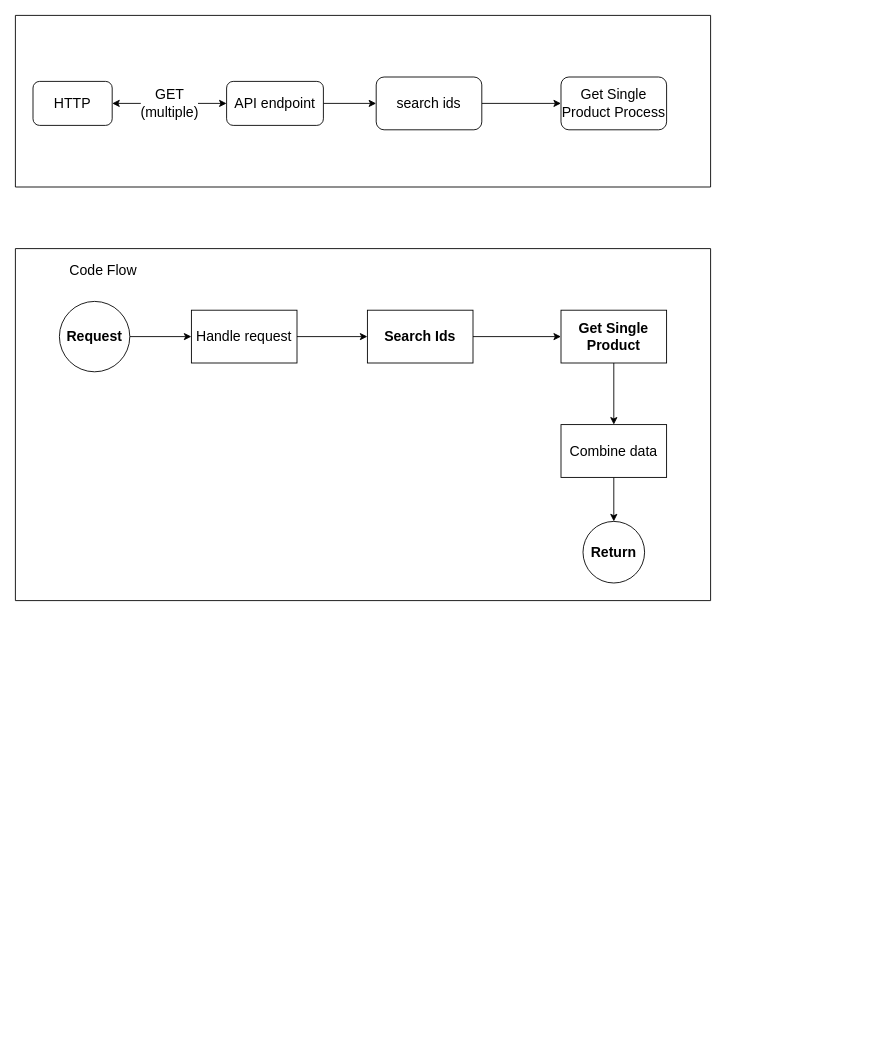
Earlier version of the draw.io diagram page "multiple product" (3 of 10) of architecture-ecommerce.drawio (shifuvn/diagram). Source tidied: cells renumbered, new cells numbered last; positions are measured from the earlier drawing's top-left corner, leaving out a move shared by most shapes. Both pictures are drawn from the tidied source at 88%, with x=0, y=0 at pixel (15, 15).
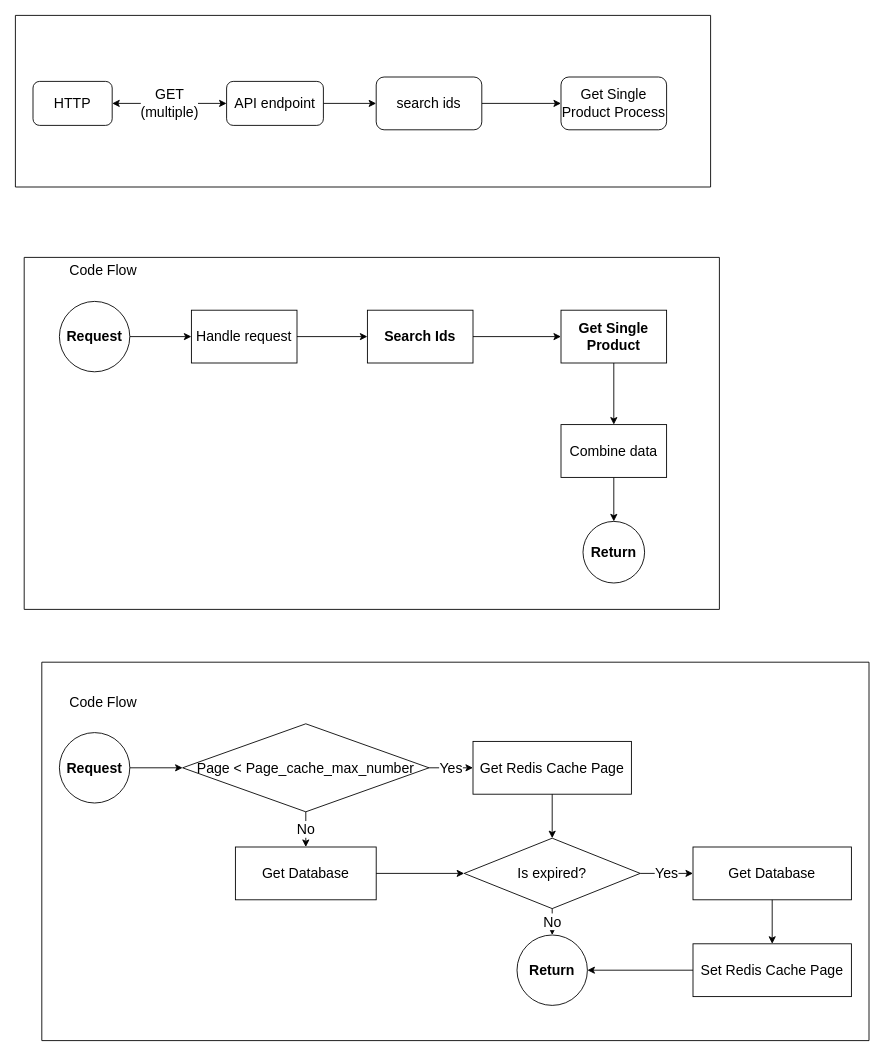
Above is the later version.

Change to the diagram source:
```diff
@@
-    <mxCell id="22" style="swimlane;startSize=0;fontSize=16;" parent="1" vertex="1">
-      <mxGeometry y="265" width="790" height="400" as="geometry" />
-    </mxCell>
+    <mxCell id="23" style="swimlane;startSize=0;fontSize=16;" parent="1" vertex="1">
+      <mxGeometry x="10" y="275" width="790" height="400" as="geometry" />
+    </mxCell>
+    <mxCell id="24" value="Code Flow" style="text;html=1;strokeColor=none;fillColor=none;align=center;verticalAlign=middle;whiteSpace=wrap;rounded=0;fontSize=16;" parent="1" vertex="1">
+      <mxGeometry x="50" y="765" width="100" height="30" as="geometry" />
+    </mxCell>
+    <mxCell id="25" style="edgeStyle=orthogonalEdgeStyle;rounded=0;jettySize=auto;html=1;fontSize=16;" parent="1" edge="1" source="26" target="28">
+      <mxGeometry relative="1" as="geometry" />
+    </mxCell>
+    <mxCell id="26" value="&lt;b&gt;Request&lt;/b&gt;" style="ellipse;whiteSpace=wrap;html=1;fontSize=16;" parent="1" vertex="1">
+      <mxGeometry x="50" y="815" width="80" height="80" as="geometry" />
+    </mxCell>
+    <mxCell id="27" style="swimlane;startSize=0;fontSize=16;" parent="1" vertex="1">
+      <mxGeometry x="30" y="735" width="940" height="430" as="geometry" />
+    </mxCell>
+    <mxCell id="28" value="&lt;span style=&quot;font-size: 16px;&quot;&gt;Page &amp;lt; Page_cache_max_number&lt;/span&gt;" style="rhombus;whiteSpace=wrap;html=1;" parent="27" vertex="1">
+      <mxGeometry x="160" y="70" width="280" height="100" as="geometry" />
+    </mxCell>
+    <mxCell id="29" value="Get Database" style="rounded=0;whiteSpace=wrap;html=1;fontSize=16;" parent="27" vertex="1">
+      <mxGeometry x="220" y="210" width="160" height="60" as="geometry" />
+    </mxCell>
+    <mxCell id="30" value="No" style="edgeStyle=orthogonalEdgeStyle;rounded=0;jettySize=auto;html=1;fontSize=16;" parent="27" edge="1" source="28" target="29">
+      <mxGeometry relative="1" as="geometry" />
+    </mxCell>
+    <mxCell id="31" value="Is expired?" style="rhombus;whiteSpace=wrap;html=1;fontSize=16;" parent="27" vertex="1">
+      <mxGeometry x="480" y="200" width="200" height="80" as="geometry" />
+    </mxCell>
+    <mxCell id="32" style="edgeStyle=orthogonalEdgeStyle;rounded=0;jettySize=auto;html=1;fontSize=16;" parent="27" edge="1" source="29" target="31">
+      <mxGeometry relative="1" as="geometry" />
+    </mxCell>
+    <mxCell id="33" value="&lt;font style=&quot;font-size: 16px;&quot;&gt;Get Redis Cache Page&lt;/font&gt;" style="rounded=0;whiteSpace=wrap;html=1;" parent="27" vertex="1">
+      <mxGeometry x="490" y="90" width="180" height="60" as="geometry" />
+    </mxCell>
+    <mxCell id="34" value="Yes" style="edgeStyle=orthogonalEdgeStyle;rounded=0;jettySize=auto;html=1;fontSize=16;" parent="27" edge="1" source="28" target="33">
+      <mxGeometry relative="1" as="geometry" />
+    </mxCell>
+    <mxCell id="35" style="edgeStyle=orthogonalEdgeStyle;rounded=0;jettySize=auto;html=1;fontSize=16;" parent="27" edge="1" source="33" target="31">
+      <mxGeometry relative="1" as="geometry" />
+    </mxCell>
+    <mxCell id="36" value="&lt;b&gt;Return&lt;/b&gt;" style="ellipse;whiteSpace=wrap;html=1;fontSize=16;" parent="27" vertex="1">
+      <mxGeometry x="540" y="310" width="80" height="80" as="geometry" />
+    </mxCell>
+    <mxCell id="37" value="No" style="edgeStyle=orthogonalEdgeStyle;rounded=0;jettySize=auto;html=1;fontSize=16;" parent="27" edge="1" source="31" target="36">
+      <mxGeometry relative="1" as="geometry" />
+    </mxCell>
+    <mxCell id="38" value="Get Database" style="rounded=0;whiteSpace=wrap;html=1;fontSize=16;" parent="27" vertex="1">
+      <mxGeometry x="740" y="210" width="180" height="60" as="geometry" />
+    </mxCell>
+    <mxCell id="39" value="Yes" style="edgeStyle=orthogonalEdgeStyle;rounded=0;jettySize=auto;html=1;fontSize=16;" parent="27" edge="1" source="31" target="38">
+      <mxGeometry relative="1" as="geometry" />
+    </mxCell>
+    <mxCell id="40" value="Set Redis Cache Page" style="rounded=0;whiteSpace=wrap;html=1;fontSize=16;" parent="27" vertex="1">
+      <mxGeometry x="740" y="320" width="180" height="60" as="geometry" />
+    </mxCell>
+    <mxCell id="41" style="edgeStyle=orthogonalEdgeStyle;rounded=0;jettySize=auto;html=1;fontSize=16;" parent="27" edge="1" source="38" target="40">
+      <mxGeometry relative="1" as="geometry" />
+    </mxCell>
+    <mxCell id="42" style="edgeStyle=orthogonalEdgeStyle;rounded=0;jettySize=auto;html=1;fontSize=16;" parent="27" edge="1" source="40" target="36">
+      <mxGeometry relative="1" as="geometry" />
+    </mxCell>
```
